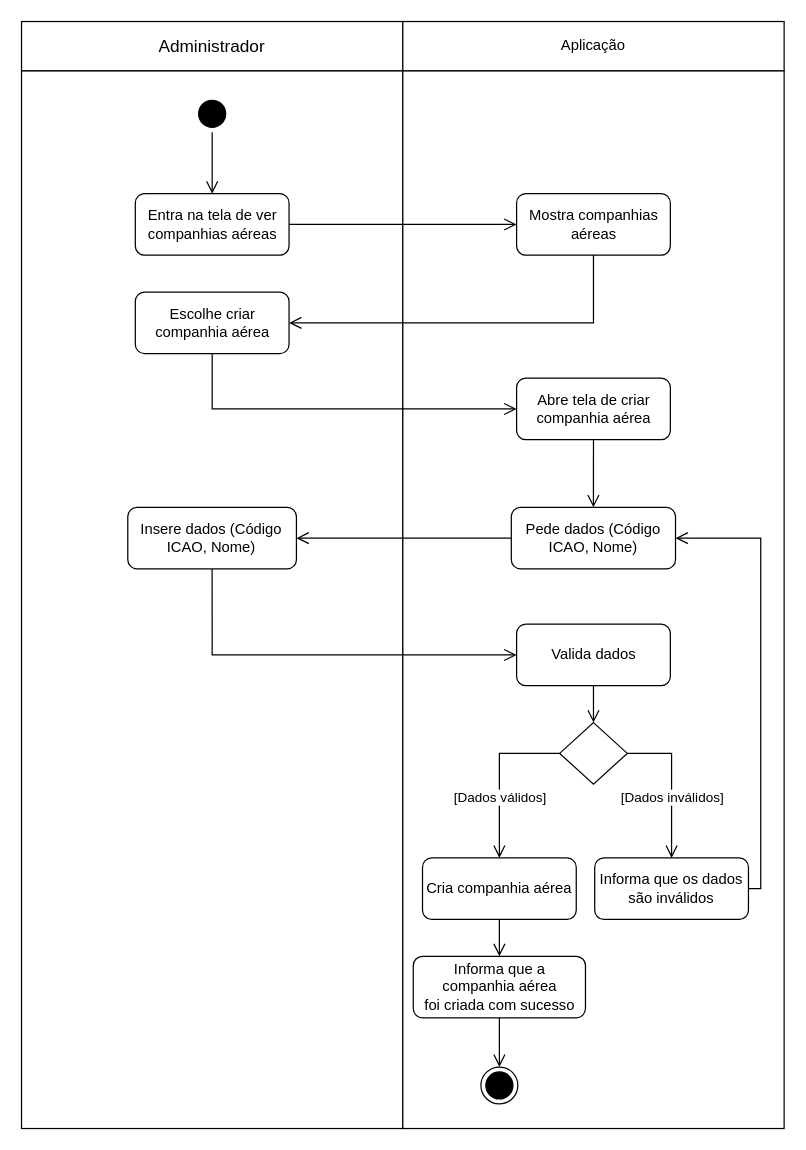
This is Diagramas/Eng_de_Software/Modelos/Atividade/Create_Companhia_Aerea.drawio from GabrielGMori/trabalho-conclus-o-ano, a draw.io file, before an edit. Source tidied: cells renumbered, new cells numbered last; positions are measured from the earlier drawing's top-left corner, leaving out a move shared by most shapes. Both pictures are drawn from the tidied source at 123%, with x=0, y=0 at pixel (21, 21).
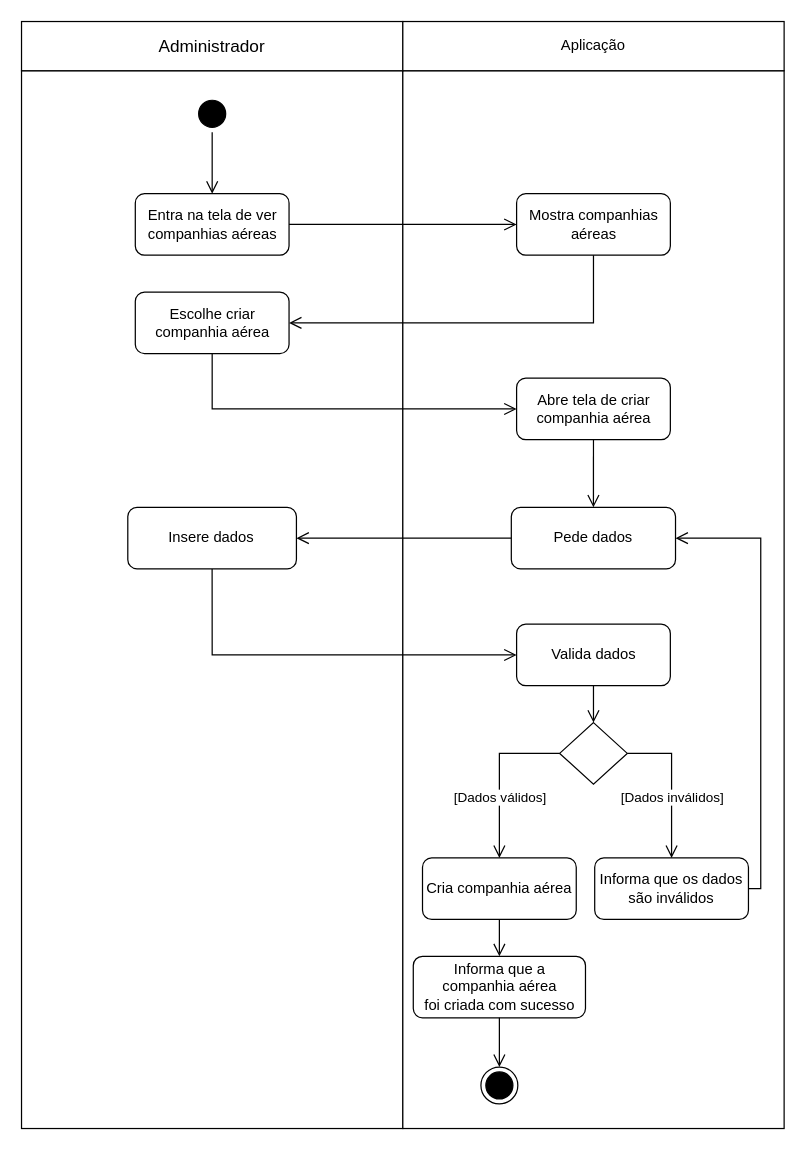
The same diagram, later.

Change to the diagram source:
```diff
@@
-    <mxCell id="9" value="Pede dados (Código ICAO, Nome)" style="rounded=1;whiteSpace=wrap;html=1;" parent="1" vertex="1">
+    <mxCell id="9" value="Pede dados" style="rounded=1;whiteSpace=wrap;html=1;" parent="1" vertex="1">
       <mxGeometry x="398.2" y="395" width="133.5" height="50" as="geometry" />
     </mxCell>
@@
-    <mxCell id="33" value="Insere dados (Código ICAO, Nome)" style="rounded=1;whiteSpace=wrap;html=1;" parent="1" vertex="1">
+    <mxCell id="33" value="Insere dados" style="rounded=1;whiteSpace=wrap;html=1;" parent="1" vertex="1">
       <mxGeometry x="86.4" y="395" width="137.1" height="50" as="geometry" />
     </mxCell>
```
